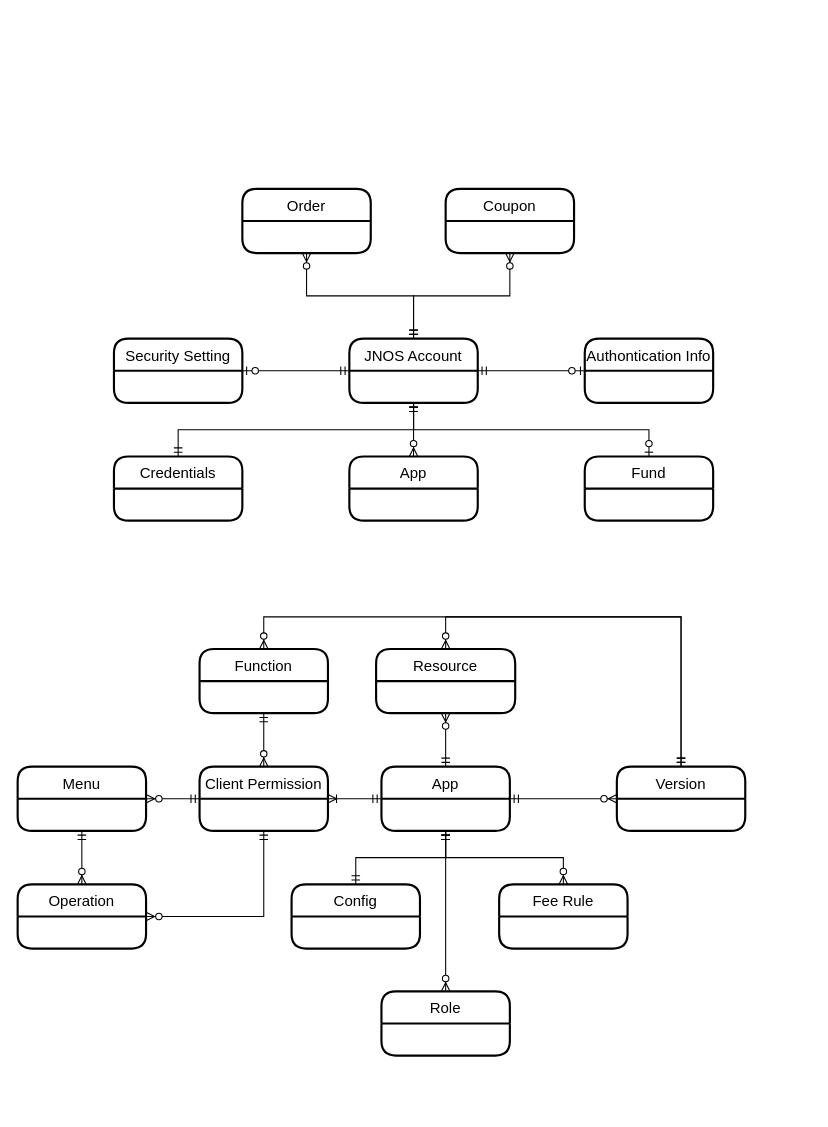
This is page "第 1 页" (1 of 2) of JNOS.drawio from greenabyss/image, a draw.io file, before an edit. Source tidied: cells renumbered, new cells numbered last; positions are measured from the earlier drawing's top-left corner, leaving out a move shared by most shapes. Both pictures are drawn from the tidied source at 107%, with x=0, y=0 at pixel (17, 188).
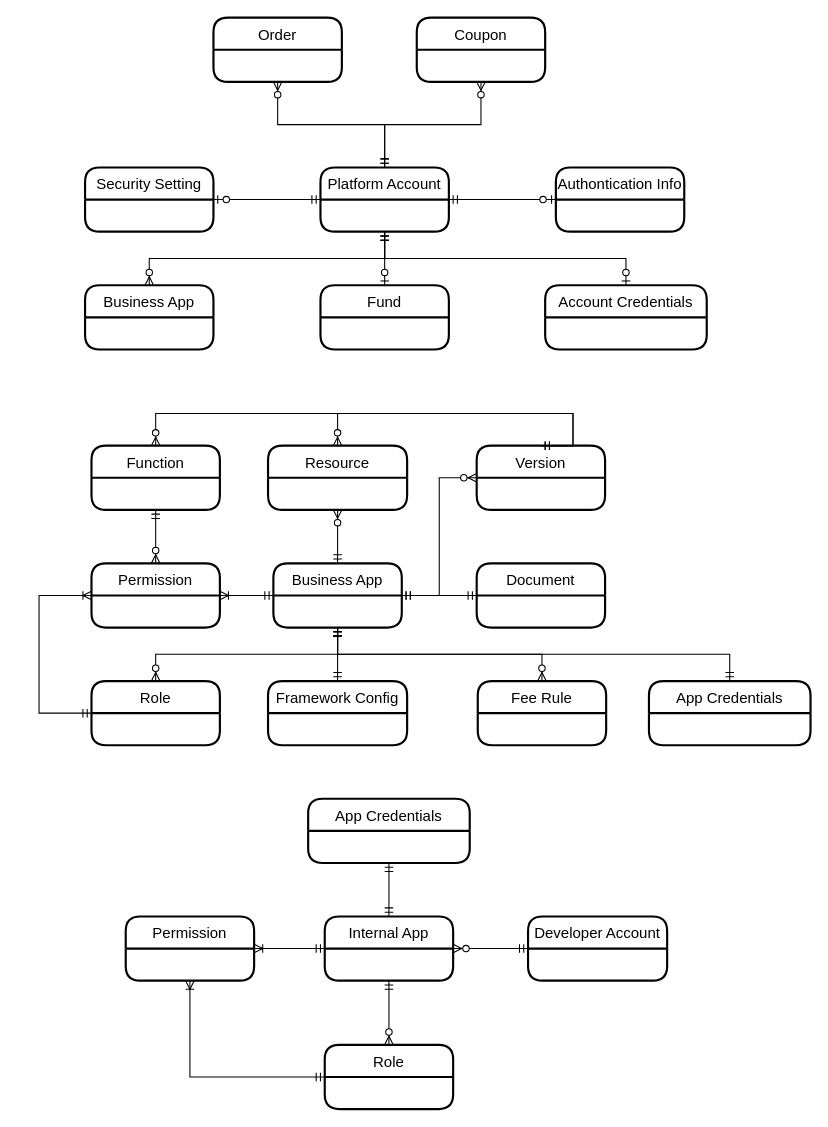
Above is the later version.

Change to the diagram source:
```diff
@@
-    <mxCell id="2" value="JNOS Account" style="swimlane;horizontal=1;startSize=30;rounded=1;fontSize=14;fontStyle=0;strokeWidth=2;shadow=0;dashed=0;align=center;" parent="1" vertex="1">
-      <mxGeometry x="310" y="140" width="120" height="60" as="geometry" />
+    <mxCell id="2" value="Platform Account" style="swimlane;horizontal=1;startSize=30;rounded=1;fontSize=14;fontStyle=0;strokeWidth=2;shadow=0;dashed=0;align=center;" parent="1" vertex="1">
+      <mxGeometry x="283" y="-20" width="120" height="60" as="geometry" />
     </mxCell>
-    <mxCell id="3" value="App" style="swimlane;horizontal=1;startSize=30;rounded=1;fontSize=14;fontStyle=0;strokeWidth=2;shadow=0;dashed=0;align=center;" parent="1" vertex="1">
-      <mxGeometry x="340" y="540" width="120" height="60" as="geometry" />
+    <mxCell id="3" value="Business App" style="swimlane;horizontal=1;startSize=30;rounded=1;fontSize=14;fontStyle=0;strokeWidth=2;shadow=0;dashed=0;align=center;" parent="1" vertex="1">
+      <mxGeometry x="239" y="350" width="120" height="60" as="geometry" />
     </mxCell>
     <mxCell id="4" value="Fund" style="swimlane;horizontal=1;startSize=30;rounded=1;fontSize=14;fontStyle=0;strokeWidth=2;shadow=0;dashed=0;align=center;" parent="1" vertex="1">
-      <mxGeometry x="530" y="250.1" width="120" height="60" as="geometry" />
+      <mxGeometry x="283" y="90.1" width="120" height="60" as="geometry" />
     </mxCell>
     <mxCell id="5" value="Order" style="swimlane;horizontal=1;startSize=30;rounded=1;fontSize=14;fontStyle=0;strokeWidth=2;shadow=0;dashed=0;align=center;" parent="1" vertex="1">
-      <mxGeometry x="210" width="120" height="60" as="geometry" />
+      <mxGeometry x="183" y="-160" width="120" height="60" as="geometry" />
     </mxCell>
     <mxCell id="6" value="Coupon" style="swimlane;horizontal=1;startSize=30;rounded=1;fontSize=14;fontStyle=0;strokeWidth=2;shadow=0;dashed=0;align=center;" parent="1" vertex="1">
-      <mxGeometry x="400" width="120" height="60" as="geometry" />
+      <mxGeometry x="373" y="-160" width="120" height="60" as="geometry" />
     </mxCell>
     <mxCell id="7" value="Security Setting" style="swimlane;horizontal=1;startSize=30;rounded=1;fontSize=14;fontStyle=0;strokeWidth=2;shadow=0;dashed=0;align=center;" parent="1" vertex="1">
-      <mxGeometry x="90" y="140" width="120" height="60" as="geometry" />
+      <mxGeometry x="63" y="-20" width="120" height="60" as="geometry" />
     </mxCell>
     <mxCell id="8" value="Authontication Info" style="swimlane;horizontal=1;startSize=30;rounded=1;fontSize=14;fontStyle=0;strokeWidth=2;shadow=0;dashed=0;align=center;" parent="1" vertex="1">
-      <mxGeometry x="530" y="140" width="120" height="60" as="geometry" />
+      <mxGeometry x="503" y="-20" width="120" height="60" as="geometry" />
     </mxCell>
-    <mxCell id="9" value="Client Permission" style="swimlane;horizontal=1;startSize=30;rounded=1;fontSize=14;fontStyle=0;strokeWidth=2;shadow=0;dashed=0;align=center;" parent="1" vertex="1">
-      <mxGeometry x="170" y="540" width="120" height="60" as="geometry" />
+    <mxCell id="9" value="Permission" style="swimlane;horizontal=1;startSize=30;rounded=1;fontSize=14;fontStyle=0;strokeWidth=2;shadow=0;dashed=0;align=center;" parent="1" vertex="1">
+      <mxGeometry x="69" y="350" width="120" height="60" as="geometry" />
     </mxCell>
-    <mxCell id="10" value="Credentials" style="swimlane;horizontal=1;startSize=30;rounded=1;fontSize=14;fontStyle=0;strokeWidth=2;shadow=0;dashed=0;align=center;" parent="1" vertex="1">
-      <mxGeometry x="90" y="250.1" width="120" height="60" as="geometry" />
+    <mxCell id="10" value="Account Credentials" style="swimlane;horizontal=1;startSize=30;rounded=1;fontSize=14;fontStyle=0;strokeWidth=2;shadow=0;dashed=0;align=center;" parent="1" vertex="1">
+      <mxGeometry x="493" y="90.1" width="151" height="60" as="geometry" />
     </mxCell>
-    <mxCell id="11" value="Config" style="swimlane;horizontal=1;startSize=30;rounded=1;fontSize=14;fontStyle=0;strokeWidth=2;shadow=0;dashed=0;align=center;" parent="1" vertex="1">
-      <mxGeometry x="256" y="650" width="120" height="60" as="geometry" />
+    <mxCell id="11" value="Framework Config" style="swimlane;horizontal=1;startSize=30;rounded=1;fontSize=14;fontStyle=0;strokeWidth=2;shadow=0;dashed=0;align=center;" parent="1" vertex="1">
+      <mxGeometry x="234" y="460" width="130" height="60" as="geometry" />
     </mxCell>
     <mxCell id="12" value="Resource" style="swimlane;horizontal=1;startSize=30;rounded=1;fontSize=14;fontStyle=0;strokeWidth=2;shadow=0;dashed=0;align=center;" parent="1" vertex="1">
-      <mxGeometry x="335" y="430" width="130" height="60" as="geometry" />
+      <mxGeometry x="234" y="240" width="130" height="60" as="geometry" />
     </mxCell>
-    <mxCell id="13" value="Menu" style="swimlane;horizontal=1;startSize=30;rounded=1;fontSize=14;fontStyle=0;strokeWidth=2;shadow=0;dashed=0;align=center;" parent="1" vertex="1">
-      <mxGeometry y="540" width="120" height="60" as="geometry" />
-    </mxCell>
-    <mxCell id="14" value="Operation" style="swimlane;horizontal=1;startSize=30;rounded=1;fontSize=14;fontStyle=0;strokeWidth=2;shadow=0;dashed=0;align=center;" parent="1" vertex="1">
-      <mxGeometry y="650" width="120" height="60" as="geometry" />
-    </mxCell>
-    <mxCell id="15" value="App" style="swimlane;horizontal=1;startSize=30;rounded=1;fontSize=14;fontStyle=0;strokeWidth=2;shadow=0;dashed=0;align=center;" parent="1" vertex="1">
-      <mxGeometry x="310" y="250.1" width="120" height="60" as="geometry" />
+    <mxCell id="15" value="Business App" style="swimlane;horizontal=1;startSize=30;rounded=1;fontSize=14;fontStyle=0;strokeWidth=2;shadow=0;dashed=0;align=center;" parent="1" vertex="1">
+      <mxGeometry x="63" y="90.1" width="120" height="60" as="geometry" />
     </mxCell>
     <mxCell id="16" value="Version" style="swimlane;horizontal=1;startSize=30;rounded=1;fontSize=14;fontStyle=0;strokeWidth=2;shadow=0;dashed=0;align=center;" parent="1" vertex="1">
-      <mxGeometry x="560" y="540" width="120" height="60" as="geometry" />
+      <mxGeometry x="429" y="240" width="120" height="60" as="geometry" />
     </mxCell>
     <mxCell id="17" value="Fee Rule" style="swimlane;horizontal=1;startSize=30;rounded=1;fontSize=14;fontStyle=0;strokeWidth=2;shadow=0;dashed=0;align=center;" parent="1" vertex="1">
-      <mxGeometry x="450" y="650" width="120" height="60" as="geometry" />
+      <mxGeometry x="430" y="460" width="120" height="60" as="geometry" />
     </mxCell>
     <mxCell id="18" value="Function" style="swimlane;horizontal=1;startSize=30;rounded=1;fontSize=14;fontStyle=0;strokeWidth=2;shadow=0;dashed=0;align=center;" parent="1" vertex="1">
-      <mxGeometry x="170" y="430" width="120" height="60" as="geometry" />
+      <mxGeometry x="69" y="240" width="120" height="60" as="geometry" />
     </mxCell>
@@
-    <mxCell id="21" style="fontSize=12;html=1;endArrow=ERzeroToMany;startArrow=ERmandOne;exitX=1;exitY=0.5;exitDx=0;exitDy=0;entryX=0;entryY=0.5;entryDx=0;entryDy=0;" parent="1" edge="1" source="3" target="16">
+    <mxCell id="21" style="fontSize=12;html=1;endArrow=ERzeroToMany;startArrow=ERmandOne;exitX=1;exitY=0.5;exitDx=0;exitDy=0;entryX=0;entryY=0.5;entryDx=0;entryDy=0;edgeStyle=orthogonalEdgeStyle;rounded=0;" parent="1" edge="1" source="3" target="16">
       <mxGeometry relative="1" as="geometry" />
     </mxCell>
-    <mxCell id="22" style="fontSize=12;html=1;endArrow=ERzeroToMany;startArrow=ERmandOne;exitX=0.5;exitY=1;exitDx=0;exitDy=0;entryX=0.5;entryY=0;entryDx=0;entryDy=0;" parent="1" edge="1" source="2" target="15">
+    <mxCell id="22" style="fontSize=12;html=1;endArrow=ERzeroToMany;startArrow=ERmandOne;exitX=0.5;exitY=1;exitDx=0;exitDy=0;rounded=0;edgeStyle=orthogonalEdgeStyle;" parent="1" edge="1" source="2" target="15">
       <mxGeometry relative="1" as="geometry" />
     </mxCell>
-    <mxCell id="23" style="edgeStyle=orthogonalEdgeStyle;fontSize=12;html=1;endArrow=ERmandOne;startArrow=ERmandOne;rounded=0;entryX=0.5;entryY=1;entryDx=0;entryDy=0;exitX=0.5;exitY=0;exitDx=0;exitDy=0;" parent="1" edge="1" source="10" target="2">
-      <mxGeometry relative="1" as="geometry" />
-    </mxCell>
@@
-    <mxCell id="29" style="edgeStyle=orthogonalEdgeStyle;fontSize=12;html=1;endArrow=ERzeroToMany;startArrow=ERmandOne;exitX=0;exitY=0.5;exitDx=0;exitDy=0;entryX=1;entryY=0.5;entryDx=0;entryDy=0;rounded=0;" parent="1" edge="1" source="9" target="13">
-      <mxGeometry relative="1" as="geometry" />
-    </mxCell>
-    <mxCell id="30" style="edgeStyle=orthogonalEdgeStyle;fontSize=12;html=1;endArrow=ERzeroToMany;startArrow=ERmandOne;exitX=0.5;exitY=1;exitDx=0;exitDy=0;entryX=1;entryY=0.5;entryDx=0;entryDy=0;rounded=0;" parent="1" edge="1" source="9" target="14">
-      <mxGeometry relative="1" as="geometry" />
-    </mxCell>
-    <mxCell id="31" style="edgeStyle=orthogonalEdgeStyle;fontSize=12;html=1;endArrow=ERzeroToMany;startArrow=ERmandOne;exitX=0.5;exitY=1;exitDx=0;exitDy=0;rounded=0;" parent="1" edge="1" source="13" target="14">
-      <mxGeometry relative="1" as="geometry" />
-    </mxCell>
     <mxCell id="32" style="edgeStyle=orthogonalEdgeStyle;fontSize=12;html=1;endArrow=ERzeroToMany;startArrow=ERmandOne;exitX=0.5;exitY=0;exitDx=0;exitDy=0;entryX=0.5;entryY=0;entryDx=0;entryDy=0;rounded=0;" parent="1" edge="1" source="16" target="12">
       <mxGeometry relative="1" as="geometry">
         <Array as="points">
-          <mxPoint x="620" y="400" />
-          <mxPoint x="400" y="400" />
+          <mxPoint x="519" y="210" />
+          <mxPoint x="299" y="210" />
         </Array>
       </mxGeometry>
     </mxCell>
     <mxCell id="33" style="edgeStyle=orthogonalEdgeStyle;fontSize=12;html=1;endArrow=ERzeroToMany;startArrow=ERmandOne;exitX=0.5;exitY=0;exitDx=0;exitDy=0;entryX=0.5;entryY=0;entryDx=0;entryDy=0;rounded=0;" parent="1" edge="1" source="16" target="18">
       <mxGeometry relative="1" as="geometry">
         <Array as="points">
-          <mxPoint x="620" y="400" />
-          <mxPoint x="230" y="400" />
+          <mxPoint x="519" y="210" />
+          <mxPoint x="129" y="210" />
         </Array>
       </mxGeometry>
     </mxCell>
@@
     <mxCell id="35" style="edgeStyle=orthogonalEdgeStyle;fontSize=12;html=1;endArrow=ERzeroToOne;startArrow=ERmandOne;rounded=0;exitX=1;exitY=0.5;exitDx=0;exitDy=0;" parent="1" edge="1" source="2">
       <mxGeometry relative="1" as="geometry">
-        <mxPoint x="530" y="170" as="targetPoint" />
+        <mxPoint x="503" y="10" as="targetPoint" />
       </mxGeometry>
     </mxCell>
     <mxCell id="36" value="Role" style="swimlane;horizontal=1;startSize=30;rounded=1;fontSize=14;fontStyle=0;strokeWidth=2;shadow=0;dashed=0;align=center;" parent="1" vertex="1">
-      <mxGeometry x="340" y="750" width="120" height="60" as="geometry" />
+      <mxGeometry x="69" y="460" width="120" height="60" as="geometry" />
     </mxCell>
-    <mxCell id="37" style="fontSize=12;html=1;endArrow=ERzeroToMany;startArrow=ERmandOne;exitX=0.5;exitY=1;exitDx=0;exitDy=0;" parent="1" edge="1" source="3" target="36">
+    <mxCell id="37" style="fontSize=12;html=1;endArrow=ERzeroToMany;startArrow=ERmandOne;exitX=0.5;exitY=1;exitDx=0;exitDy=0;edgeStyle=orthogonalEdgeStyle;rounded=0;" parent="1" edge="1" source="3" target="36">
       <mxGeometry relative="1" as="geometry" />
     </mxCell>
@@
+    <mxCell id="39" value="Internal App" style="swimlane;horizontal=1;startSize=30;rounded=1;fontSize=14;fontStyle=0;strokeWidth=2;shadow=0;dashed=0;align=center;" parent="1" vertex="1">
+      <mxGeometry x="287" y="680" width="120" height="60" as="geometry" />
+    </mxCell>
+    <mxCell id="40" value="Permission" style="swimlane;horizontal=1;startSize=30;rounded=1;fontSize=14;fontStyle=0;strokeWidth=2;shadow=0;dashed=0;align=center;" parent="1" vertex="1">
+      <mxGeometry x="101" y="680" width="120" height="60" as="geometry" />
+    </mxCell>
+    <mxCell id="41" style="edgeStyle=orthogonalEdgeStyle;fontSize=12;html=1;endArrow=ERoneToMany;startArrow=ERmandOne;rounded=0;exitX=0;exitY=0.5;exitDx=0;exitDy=0;entryX=1;entryY=0.5;entryDx=0;entryDy=0;" parent="1" edge="1" source="39" target="40">
+      <mxGeometry relative="1" as="geometry" />
+    </mxCell>
+    <mxCell id="42" value="Role" style="swimlane;horizontal=1;startSize=30;rounded=1;fontSize=14;fontStyle=0;strokeWidth=2;shadow=0;dashed=0;align=center;" parent="1" vertex="1">
+      <mxGeometry x="287" y="800" width="120" height="60" as="geometry" />
+    </mxCell>
+    <mxCell id="43" style="fontSize=12;html=1;endArrow=ERzeroToMany;startArrow=ERmandOne;exitX=0.5;exitY=1;exitDx=0;exitDy=0;edgeStyle=orthogonalEdgeStyle;rounded=0;" parent="1" edge="1" source="39" target="42">
+      <mxGeometry relative="1" as="geometry" />
+    </mxCell>
+    <mxCell id="44" style="edgeStyle=orthogonalEdgeStyle;fontSize=12;html=1;endArrow=ERoneToMany;startArrow=ERmandOne;rounded=0;exitX=0;exitY=0.5;exitDx=0;exitDy=0;entryX=0.5;entryY=1;entryDx=0;entryDy=0;" parent="1" edge="1" source="42" target="40">
+      <mxGeometry relative="1" as="geometry">
+        <Array as="points">
+          <mxPoint x="161" y="830" />
+        </Array>
+      </mxGeometry>
+    </mxCell>
+    <mxCell id="45" value="Developer Account" style="swimlane;horizontal=1;startSize=30;rounded=1;fontSize=14;fontStyle=0;strokeWidth=2;shadow=0;dashed=0;align=center;" parent="1" vertex="1">
+      <mxGeometry x="477" y="680" width="130" height="60" as="geometry" />
+    </mxCell>
+    <mxCell id="46" style="fontSize=12;html=1;endArrow=ERzeroToMany;startArrow=ERmandOne;exitX=0;exitY=0.5;exitDx=0;exitDy=0;entryX=1;entryY=0.5;entryDx=0;entryDy=0;" parent="1" edge="1" source="45" target="39">
+      <mxGeometry relative="1" as="geometry" />
+    </mxCell>
+    <mxCell id="47" value="Document" style="swimlane;horizontal=1;startSize=30;rounded=1;fontSize=14;fontStyle=0;strokeWidth=2;shadow=0;dashed=0;align=center;" parent="1" vertex="1">
+      <mxGeometry x="429" y="350" width="120" height="60" as="geometry" />
+    </mxCell>
+    <mxCell id="48" style="fontSize=12;html=1;endArrow=ERmandOne;startArrow=ERmandOne;entryX=0;entryY=0.5;entryDx=0;entryDy=0;exitX=1;exitY=0.5;exitDx=0;exitDy=0;" parent="1" edge="1" source="3" target="47">
+      <mxGeometry relative="1" as="geometry" />
+    </mxCell>
+    <mxCell id="49" style="edgeStyle=orthogonalEdgeStyle;fontSize=12;html=1;endArrow=ERzeroToOne;startArrow=ERmandOne;exitX=0.5;exitY=1;exitDx=0;exitDy=0;entryX=0.5;entryY=0;entryDx=0;entryDy=0;rounded=0;" parent="1" edge="1" source="2" target="10">
+      <mxGeometry relative="1" as="geometry" />
+    </mxCell>
+    <mxCell id="50" style="edgeStyle=orthogonalEdgeStyle;fontSize=12;html=1;endArrow=ERoneToMany;startArrow=ERmandOne;exitX=0;exitY=0.5;exitDx=0;exitDy=0;entryX=0;entryY=0.5;entryDx=0;entryDy=0;rounded=0;" parent="1" edge="1" source="36" target="9">
+      <mxGeometry relative="1" as="geometry">
+        <Array as="points">
+          <mxPoint x="20" y="490" />
+          <mxPoint x="20" y="380" />
+        </Array>
+      </mxGeometry>
+    </mxCell>
+    <mxCell id="51" value="App Credentials" style="swimlane;horizontal=1;startSize=30;rounded=1;fontSize=14;fontStyle=0;strokeWidth=2;shadow=0;dashed=0;align=center;" parent="1" vertex="1">
+      <mxGeometry x="590" y="460" width="151" height="60" as="geometry" />
+    </mxCell>
+    <mxCell id="52" style="edgeStyle=orthogonalEdgeStyle;fontSize=12;html=1;endArrow=ERmandOne;startArrow=ERmandOne;rounded=0;exitX=0.5;exitY=1;exitDx=0;exitDy=0;entryX=0.5;entryY=0;entryDx=0;entryDy=0;" parent="1" edge="1" source="3" target="51">
+      <mxGeometry relative="1" as="geometry" />
+    </mxCell>
+    <mxCell id="53" value="App Credentials" style="swimlane;horizontal=1;startSize=30;rounded=1;fontSize=14;fontStyle=0;strokeWidth=2;shadow=0;dashed=0;align=center;" parent="1" vertex="1">
+      <mxGeometry x="271.5" y="570" width="151" height="60" as="geometry" />
+    </mxCell>
+    <mxCell id="54" style="edgeStyle=orthogonalEdgeStyle;fontSize=12;html=1;endArrow=ERmandOne;startArrow=ERmandOne;rounded=0;exitX=0.5;exitY=1;exitDx=0;exitDy=0;" parent="1" edge="1" source="53" target="39">
+      <mxGeometry relative="1" as="geometry" />
+    </mxCell>
```
